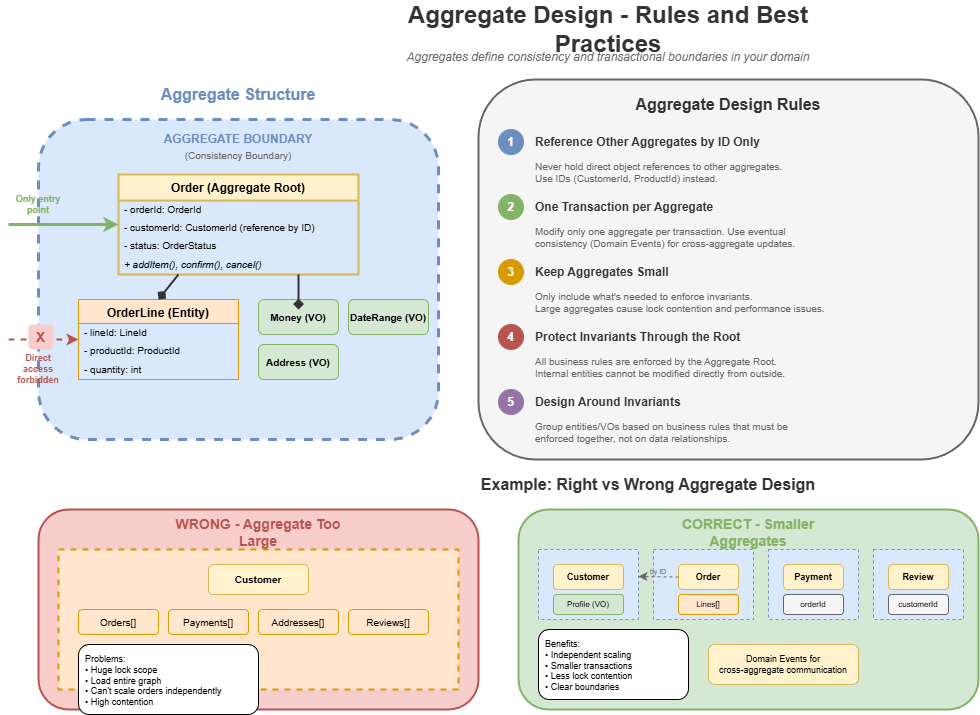
Before: lesson-01-software-design-architecture/diagrams/1.5.3-ddd-aggregate-design.png, a diagram exported from draw.io (MrParkerZ7/document-lesson-software-architect-x-claude). Source tidied: cells renumbered, new cells last; positions are measured from the earlier drawing's top-left corner, leaving out a move shared by most shapes.
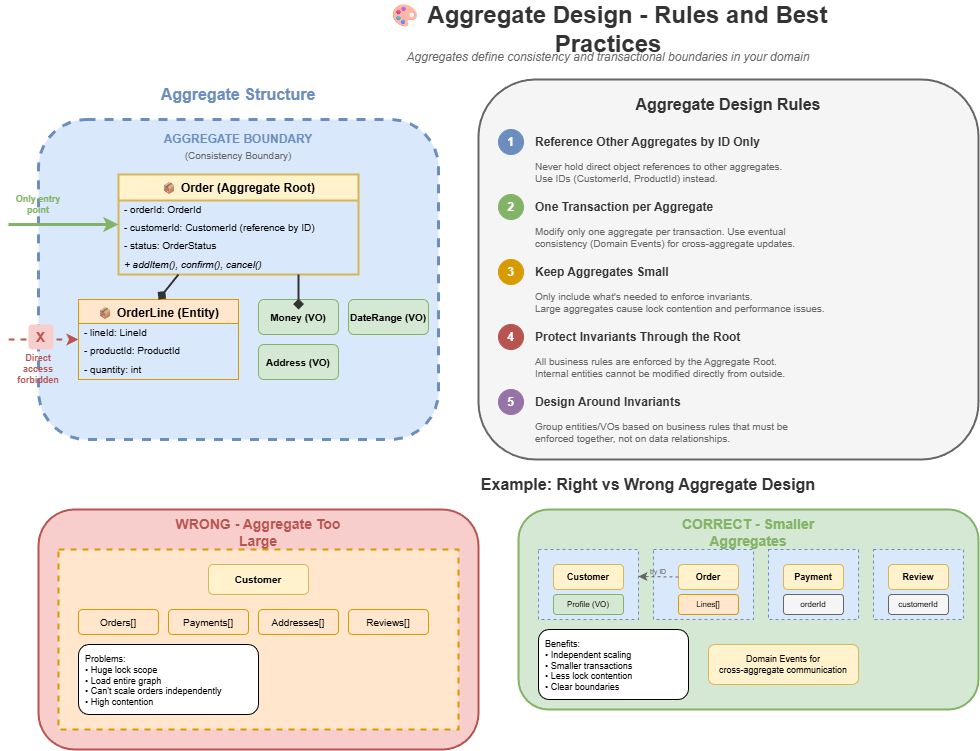
The same diagram one commit later.

What changed in the source:
```diff
@@ -2,7 +2,7 @@
   <root>
     <mxCell id="0" />
     <mxCell id="1" parent="0" />
-    <mxCell id="2" value="Aggregate Design - Rules and Best Practices" style="text;html=1;strokeColor=none;fillColor=none;align=center;verticalAlign=middle;whiteSpace=wrap;rounded=0;fontSize=24;fontStyle=1;fontColor=#333333;" parent="1" vertex="1">
+    <mxCell id="2" value="🎨 Aggregate Design - Rules and Best Practices" style="text;html=1;strokeColor=none;fillColor=none;align=center;verticalAlign=middle;whiteSpace=wrap;rounded=0;fontSize=24;fontStyle=1;fontColor=#333333;" parent="1" vertex="1">
       <mxGeometry x="350" width="500" height="40" as="geometry" />
     </mxCell>
     <mxCell id="3" value="Aggregates define consistency and transactional boundaries in your domain" style="text;html=1;strokeColor=none;fillColor=none;align=center;verticalAlign=middle;whiteSpace=wrap;rounded=0;fontSize=12;fontStyle=2;fontColor=#666666;" parent="1" vertex="1">
@@ -20,7 +20,7 @@
     <mxCell id="7" value="(Consistency Boundary)" style="text;html=1;strokeColor=none;fillColor=none;align=center;verticalAlign=middle;whiteSpace=wrap;rounded=0;fontSize=10;fontColor=#666666;" parent="1" vertex="1">
       <mxGeometry x="150" y="138" width="160" height="15" as="geometry" />
     </mxCell>
-    <mxCell id="8" value="Order (Aggregate Root)" style="swimlane;fontStyle=1;align=center;verticalAlign=top;horizontal=1;startSize=26;fillColor=#fff2cc;strokeColor=#d6b656;strokeWidth=2;" parent="1" vertex="1">
+    <mxCell id="8" value="📦 Order (Aggregate Root)" style="swimlane;fontStyle=1;align=center;verticalAlign=top;horizontal=1;startSize=26;fillColor=#fff2cc;strokeColor=#d6b656;strokeWidth=2;" parent="1" vertex="1">
       <mxGeometry x="110" y="165" width="240" height="100" as="geometry" />
     </mxCell>
     <mxCell id="9" value="- orderId: OrderId" style="text;strokeColor=none;fillColor=none;align=left;verticalAlign=middle;spacingLeft=4;spacingRight=4;overflow=hidden;fontSize=10;" parent="8" vertex="1">
@@ -35,7 +35,7 @@
     <mxCell id="12" value="+ addItem(), confirm(), cancel()" style="text;strokeColor=none;fillColor=none;align=left;verticalAlign=middle;spacingLeft=4;spacingRight=4;overflow=hidden;fontSize=10;fontStyle=2;" parent="8" vertex="1">
       <mxGeometry y="80" width="240" height="20" as="geometry" />
     </mxCell>
-    <mxCell id="13" value="OrderLine (Entity)" style="swimlane;fontStyle=1;align=center;verticalAlign=top;horizontal=1;startSize=24;fillColor=#ffe6cc;strokeColor=#d79b00;" parent="1" vertex="1">
+    <mxCell id="13" value="📦 OrderLine (Entity)" style="swimlane;fontStyle=1;align=center;verticalAlign=top;horizontal=1;startSize=24;fillColor=#ffe6cc;strokeColor=#d79b00;" parent="1" vertex="1">
       <mxGeometry x="70" y="290" width="160" height="80" as="geometry" />
     </mxCell>
     <mxCell id="14" value="- lineId: LineId" style="text;strokeColor=none;fillColor=none;align=left;verticalAlign=middle;spacingLeft=4;spacingRight=4;overflow=hidden;fontSize=10;" parent="13" vertex="1">
@@ -138,13 +138,13 @@
       <mxGeometry x="470" y="460" width="340" height="30" as="geometry" />
     </mxCell>
     <mxCell id="45" style="rounded=1;whiteSpace=wrap;html=1;fillColor=#f8cecc;strokeColor=#b85450;strokeWidth=2;" parent="1" vertex="1">
-      <mxGeometry x="30" y="500" width="440" height="200" as="geometry" />
+      <mxGeometry x="30" y="500" width="440" height="240" as="geometry" />
     </mxCell>
     <mxCell id="46" value="WRONG - Aggregate Too Large" style="text;html=1;strokeColor=none;fillColor=none;align=center;verticalAlign=middle;whiteSpace=wrap;rounded=0;fontSize=14;fontStyle=1;fontColor=#b85450;" parent="1" vertex="1">
       <mxGeometry x="150" y="510" width="200" height="25" as="geometry" />
     </mxCell>
     <mxCell id="47" style="rounded=0;whiteSpace=wrap;html=1;fillColor=#ffe6cc;strokeColor=#d79b00;strokeWidth=2;dashed=1;" parent="1" vertex="1">
-      <mxGeometry x="50" y="540" width="400" height="140" as="geometry" />
+      <mxGeometry x="50" y="540" width="400" height="180" as="geometry" />
     </mxCell>
     <mxCell id="48" value="Customer" style="rounded=1;whiteSpace=wrap;html=1;fillColor=#fff2cc;strokeColor=#d6b656;fontSize=10;fontStyle=1;" parent="1" vertex="1">
       <mxGeometry x="200" y="555" width="100" height="30" as="geometry" />
```
